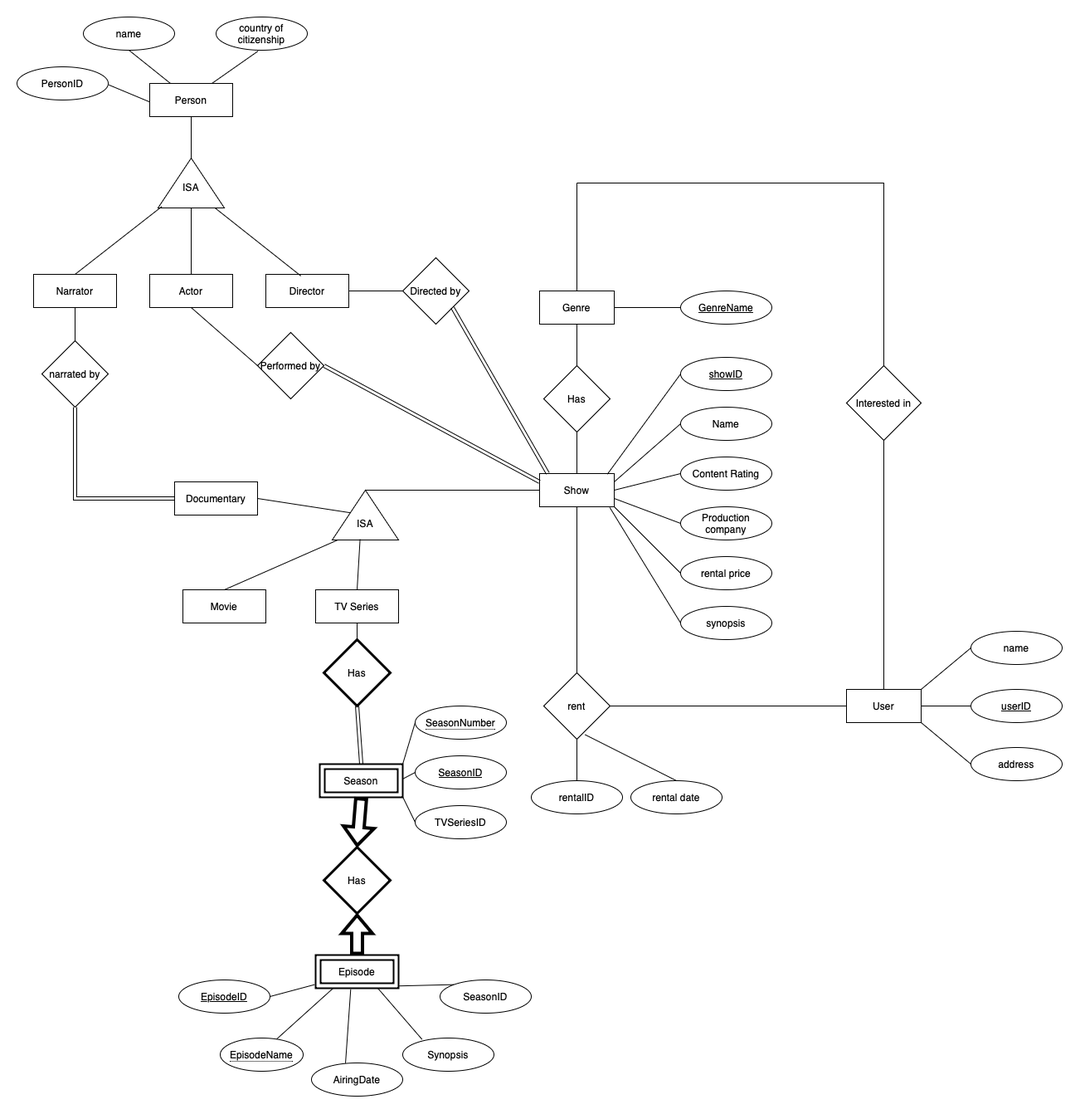
This is Q1.drawio.png from JeremyCrete/363A1, a draw.io export, as it was before one commit. Source tidied: cells renumbered, new cells last; positions are measured from the earlier drawing's top-left corner, leaving out a move shared by most shapes.
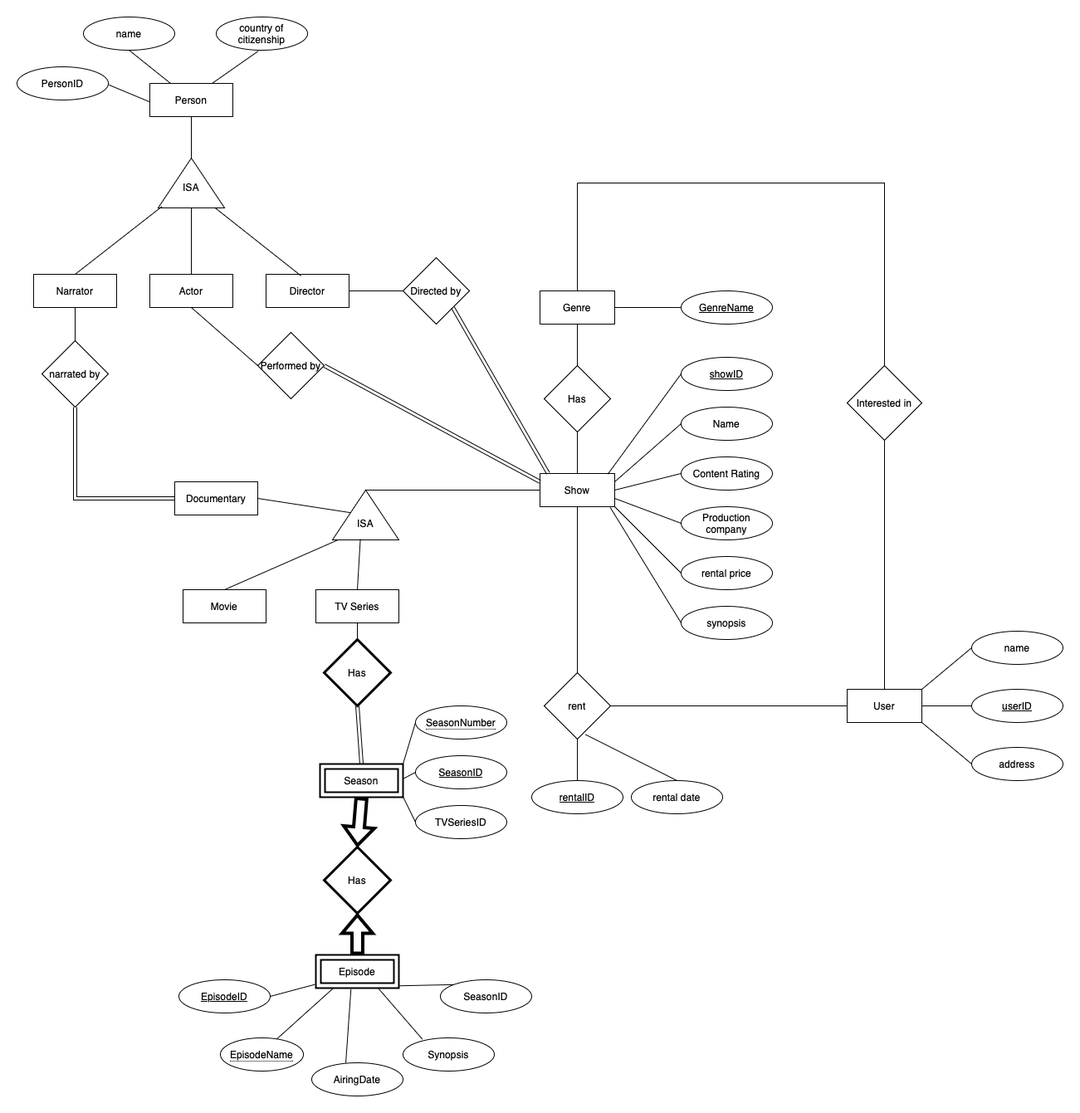
Above is the later version.

What changed in the source:
```diff
@@ -219,7 +219,7 @@
     <mxCell id="72" style="endArrow=none;html=1;rounded=0;entryX=0.5;entryY=1;entryDx=0;entryDy=0;exitX=0.5;exitY=0;exitDx=0;exitDy=0;" parent="1" edge="1" source="71" target="2">
       <mxGeometry relative="1" as="geometry" />
     </mxCell>
-    <mxCell id="73" value="rentalID" style="ellipse;whiteSpace=wrap;html=1;" parent="1" vertex="1">
+    <mxCell id="73" value="&lt;u&gt;rentalID&lt;/u&gt;" style="ellipse;whiteSpace=wrap;html=1;" parent="1" vertex="1">
       <mxGeometry x="620" y="920" width="110" height="40" as="geometry" />
     </mxCell>
     <mxCell id="74" value="rental date" style="ellipse;whiteSpace=wrap;html=1;" parent="1" vertex="1">
```
